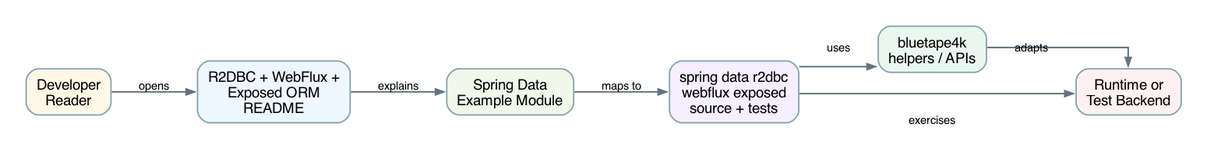
The Graphviz diagram docs/images/readme-diagrams/spring-data-r2dbc-webflux-exposed-readme-architecture-01.png in bluetape4k/bluetape4k-workshop, before a commit. Its source is kept beside it as docs/images/readme-diagrams/spring-data-r2dbc-webflux-exposed-readme-architecture-01.dot.
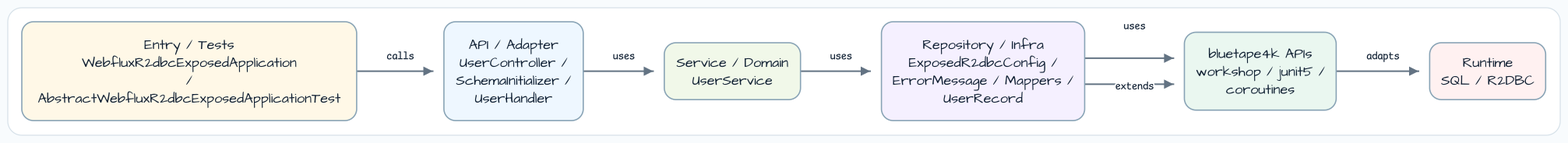
Above is the later version.

What changed in the source:
```diff
@@ -14,7 +14,7 @@
     penwidth=1.4,
     color="#88A3B5",
     fillcolor="#F6FAFF",
-    fontname="Helvetica",
+    fontname="Architects Daughter",
     fontsize=14,
     margin="0.14,0.10"
   ];
@@ -22,21 +22,21 @@
     color="#637383",
     arrowsize=0.8,
     penwidth=1.5,
-    fontname="Helvetica",
+    fontname="Comic Mono",
     fontsize=11
   ];
 
-  reader [label="Developer\nReader", fillcolor="#FFF8E7"];
-  readme [label="R2DBC + WebFlux +\nExposed ORM\nREADME", fillcolor="#EEF7FF"];
-  module [label="Spring Data\nExample Module", fillcolor="#F1F8E9"];
-  source [label="spring data r2dbc\nwebflux exposed\nsource + tests", fillcolor="#F5F0FF"];
-  bt [label="bluetape4k\nhelpers / APIs", fillcolor="#EAF7F0"];
-  runtime [label="Runtime or\nTest Backend", fillcolor="#FFF1F1"];
+  entry [label="Entry / Tests\nWebfluxR2dbcExposedApplication\n/\nAbstractWebfluxR2dbcExposedApplicationTest", fillcolor="#FFF8E7"];
+  api [label="API / Adapter\nUserController /\nSchemaInitializer /\nUserHandler", fillcolor="#EEF7FF"];
+  service [label="Service / Domain\nUserService", fillcolor="#F1F8E9"];
+  infra [label="Repository / Infra\nExposedR2dbcConfig /\nErrorMessage / Mappers /\nUserRecord", fillcolor="#F5F0FF"];
+  bt [label="bluetape4k APIs\nworkshop / junit5 /\ncoroutines", fillcolor="#EAF7F0"];
+  runtime [label="Runtime\nSQL / R2DBC", fillcolor="#FFF1F1"];
 
-  reader -> readme [label="opens"];
-  readme -> module [label="explains"];
-  module -> source [label="maps to"];
-  source -> bt [label="uses"];
-  source -> runtime [label="exercises"];
+  entry -> api [label="calls"];
+  api -> service [label="uses"];
+  service -> infra [label="uses"];
+  infra -> bt [label="uses"];
+  infra -> bt [label="extends"];
   bt -> runtime [label="adapts"];
 }
```
